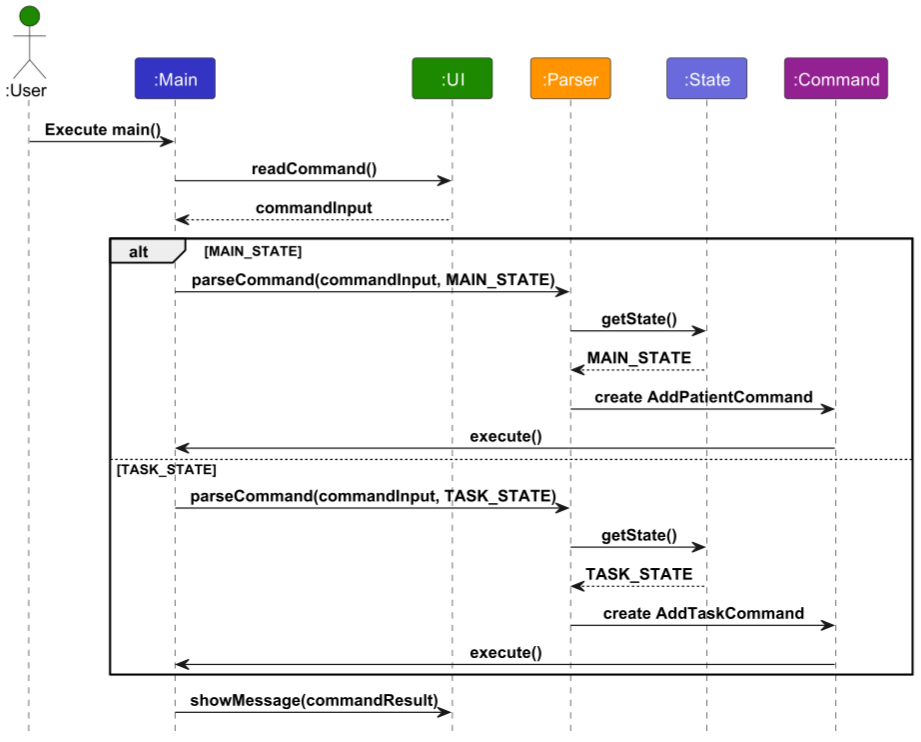
Before: docs/images/StateSwitchingSequenceDiagram.png, a diagram exported from PlantUML (nus-cs2113-AY2425S1/tp). Its source is kept beside it as docs/diagrams/StateSwitchingSequenceDiagram.puml.
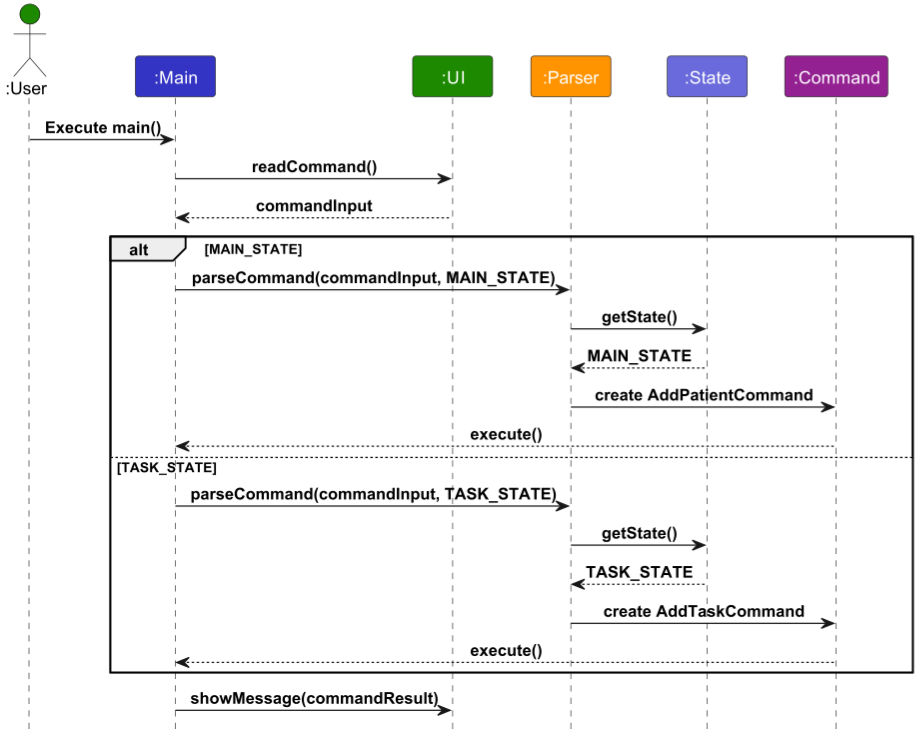
After the commit.

Commit message:
change diagram to have dotted line for return

What changed in the source:
```diff
@@ -17,14 +17,14 @@
     P -> S: getState()
     S --> P: MAIN_STATE
     P -> C: create AddPatientCommand
-    C -> M: execute()
+    C --> M: execute()
 
 else TASK_STATE
     M -> P: parseCommand(commandInput, TASK_STATE)
     P -> S: getState()
     S --> P: TASK_STATE
     P -> C: create AddTaskCommand
-    C -> M: execute()
+    C --> M: execute()
 
 end
 
```
